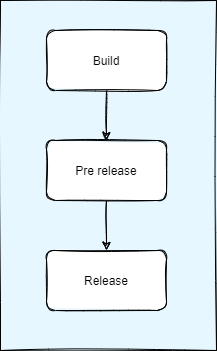
Earlier version of the draw.io export documentation/images/workflow process.drawio.png (Nordea-Direct/docs). Source tidied: cells renumbered, new cells last; positions are measured from the earlier drawing's top-left corner, leaving out a move shared by most shapes.
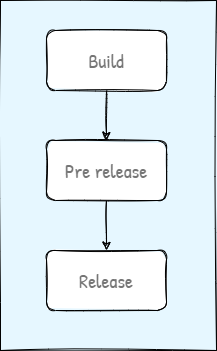
Above is the later version.

Commit message:
fine font

Diff of the diagram source:
```diff
@@ -8,16 +8,16 @@
     <mxCell id="3" style="edgeStyle=orthogonalEdgeStyle;jettySize=auto;html=1;exitX=0.5;exitY=1;exitDx=0;exitDy=0;entryX=0.5;entryY=0;entryDx=0;entryDy=0;sketch=1;" parent="1" edge="1" source="4" target="6">
       <mxGeometry relative="1" as="geometry" />
     </mxCell>
-    <mxCell id="4" value="Build" style="whiteSpace=wrap;html=1;rounded=1;sketch=1;" parent="1" vertex="1">
+    <mxCell id="4" value="Build" style="whiteSpace=wrap;html=1;rounded=1;sketch=1;fontFamily=Patrick Hand;fontSource=https%3A%2F%2Ffonts.googleapis.com%2Fcss%3Ffamily%3DPatrick%2BHand;fontSize=20;fontColor=#757575;" parent="1" vertex="1">
       <mxGeometry x="46" y="30" width="120" height="60" as="geometry" />
     </mxCell>
     <mxCell id="5" style="edgeStyle=orthogonalEdgeStyle;jettySize=auto;html=1;exitX=0.5;exitY=1;exitDx=0;exitDy=0;entryX=0.5;entryY=0;entryDx=0;entryDy=0;sketch=1;" parent="1" edge="1" source="6" target="7">
       <mxGeometry relative="1" as="geometry" />
     </mxCell>
-    <mxCell id="6" value="Pre release" style="whiteSpace=wrap;html=1;rounded=1;sketch=1;" parent="1" vertex="1">
+    <mxCell id="6" value="Pre release" style="whiteSpace=wrap;html=1;rounded=1;sketch=1;fontFamily=Patrick Hand;fontSource=https%3A%2F%2Ffonts.googleapis.com%2Fcss%3Ffamily%3DPatrick%2BHand;fontSize=20;fontColor=#757575;" parent="1" vertex="1">
       <mxGeometry x="46" y="140" width="120" height="60" as="geometry" />
     </mxCell>
-    <mxCell id="7" value="Release" style="whiteSpace=wrap;html=1;rounded=1;sketch=1;perimeterSpacing=0;" parent="1" vertex="1">
+    <mxCell id="7" value="Release" style="whiteSpace=wrap;html=1;rounded=1;sketch=1;perimeterSpacing=0;fontFamily=Patrick Hand;fontSource=https%3A%2F%2Ffonts.googleapis.com%2Fcss%3Ffamily%3DPatrick%2BHand;fontSize=20;fontColor=#757575;" parent="1" vertex="1">
       <mxGeometry x="46" y="250" width="120" height="60" as="geometry" />
     </mxCell>
   </root>
```
